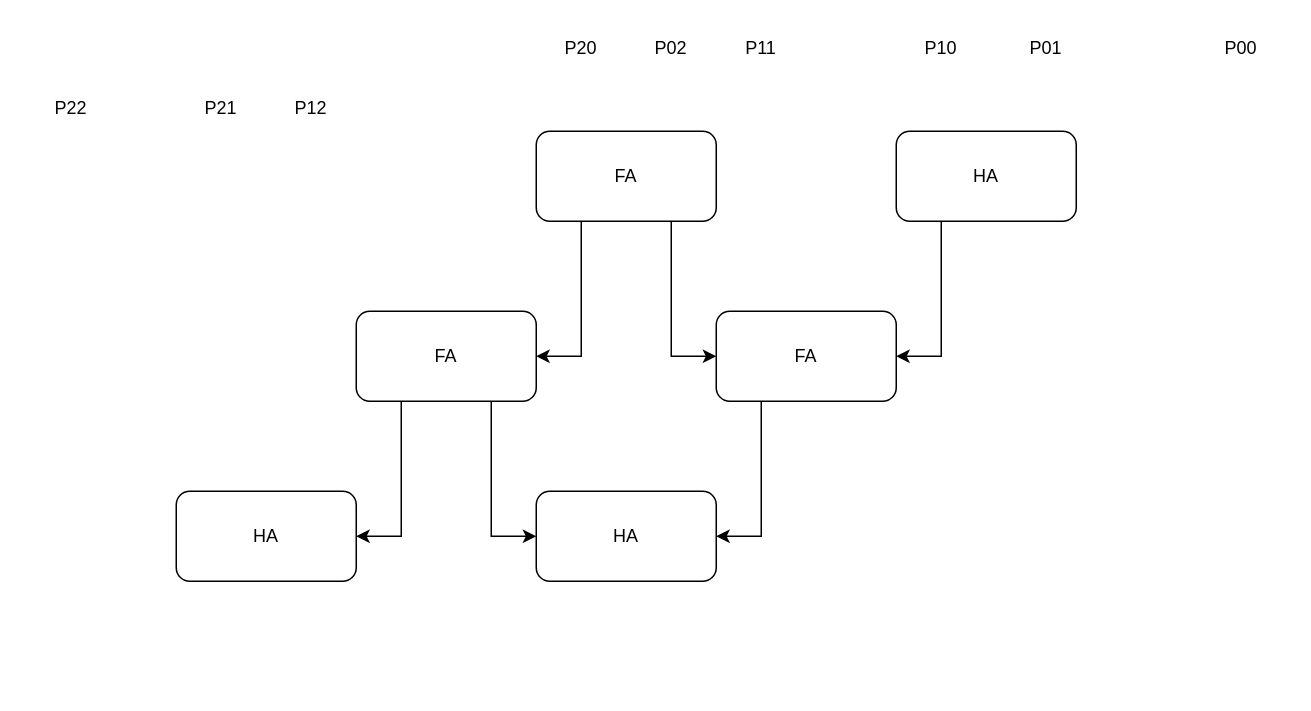
Earlier version of the draw.io diagram Wallace.drawio (Huy-Luu/TEST). Source tidied: cells renumbered, new cells numbered last; positions are measured from the earlier drawing's top-left corner, leaving out a move shared by most shapes. Both pictures are drawn from the tidied source at 150%, with x=0, y=0 at pixel (26, 26).
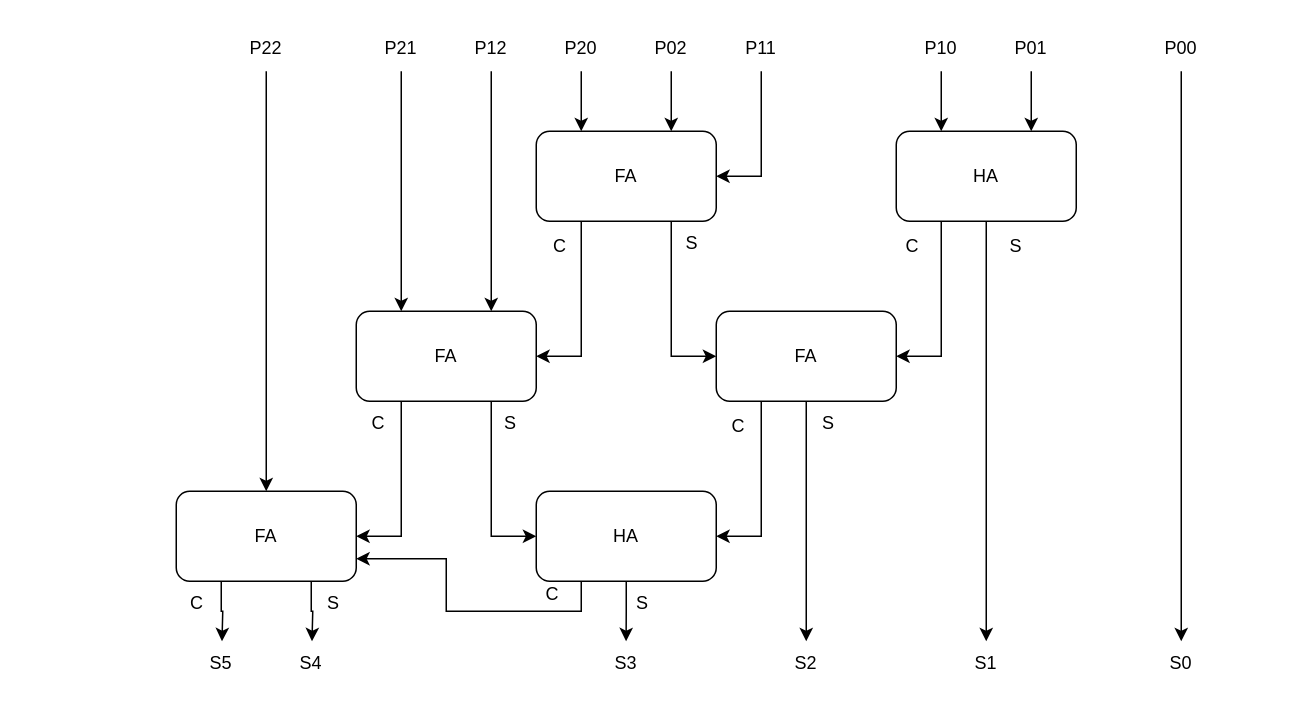
The same page after the edit.

The change refers to these unchanged cells:
```xml
<mxCell id="3" value="HA" style="rounded=1;whiteSpace=wrap;html=1;" parent="1" vertex="1">
  <mxGeometry x="580" y="70" width="120" height="60" as="geometry" />
</mxCell>
<mxCell id="5" value="FA" style="rounded=1;whiteSpace=wrap;html=1;" parent="1" vertex="1">
  <mxGeometry x="460" y="190" width="120" height="60" as="geometry" />
</mxCell>
<mxCell id="8" value="FA" style="rounded=1;whiteSpace=wrap;html=1;" parent="1" vertex="1">
  <mxGeometry x="340" y="70" width="120" height="60" as="geometry" />
</mxCell>
<mxCell id="11" value="FA" style="rounded=1;whiteSpace=wrap;html=1;" parent="1" vertex="1">
  <mxGeometry x="220" y="190" width="120" height="60" as="geometry" />
</mxCell>
<mxCell id="12" value="HA" style="rounded=1;whiteSpace=wrap;html=1;" parent="1" vertex="1">
  <mxGeometry x="340" y="310" width="120" height="60" as="geometry" />
</mxCell>
<mxCell id="16" value="P10&lt;br&gt;" style="text;html=1;strokeColor=none;fillColor=none;align=center;verticalAlign=middle;whiteSpace=wrap;rounded=0;" parent="1" vertex="1">
  <mxGeometry x="580" width="60" height="30" as="geometry" />
</mxCell>
<mxCell id="17" value="P20&lt;br&gt;" style="text;html=1;strokeColor=none;fillColor=none;align=center;verticalAlign=middle;whiteSpace=wrap;rounded=0;" parent="1" vertex="1">
  <mxGeometry x="340" width="60" height="30" as="geometry" />
</mxCell>
<mxCell id="18" value="P02" style="text;html=1;strokeColor=none;fillColor=none;align=center;verticalAlign=middle;whiteSpace=wrap;rounded=0;" parent="1" vertex="1">
  <mxGeometry x="400" width="60" height="30" as="geometry" />
</mxCell>
<mxCell id="19" value="P11" style="text;html=1;strokeColor=none;fillColor=none;align=center;verticalAlign=middle;whiteSpace=wrap;rounded=0;" parent="1" vertex="1">
  <mxGeometry x="460" width="60" height="30" as="geometry" />
</mxCell>
```

The edit, as a diff of the source:
```diff
@@
+    <mxCell id="23" style="edgeStyle=orthogonalEdgeStyle;rounded=0;jettySize=auto;html=1;exitX=0.5;exitY=1;exitDx=0;exitDy=0;" parent="1" edge="1" source="3">
+      <mxGeometry relative="1" as="geometry">
+        <mxPoint x="640" y="410" as="targetPoint" />
+      </mxGeometry>
+    </mxCell>
@@
+    <mxCell id="24" style="edgeStyle=orthogonalEdgeStyle;rounded=0;jettySize=auto;html=1;exitX=0.5;exitY=1;exitDx=0;exitDy=0;" parent="1" edge="1" source="5">
+      <mxGeometry relative="1" as="geometry">
+        <mxPoint x="520" y="410" as="targetPoint" />
+      </mxGeometry>
+    </mxCell>
@@
+    <mxCell id="25" style="edgeStyle=orthogonalEdgeStyle;rounded=0;jettySize=auto;html=1;exitX=0.25;exitY=1;exitDx=0;exitDy=0;entryX=1;entryY=0.75;entryDx=0;entryDy=0;" parent="1" edge="1" source="12" target="13">
+      <mxGeometry relative="1" as="geometry" />
+    </mxCell>
+    <mxCell id="26" style="edgeStyle=orthogonalEdgeStyle;rounded=0;jettySize=auto;html=1;exitX=0.5;exitY=1;exitDx=0;exitDy=0;" parent="1" edge="1" source="12">
+      <mxGeometry relative="1" as="geometry">
+        <mxPoint x="399.9" y="410" as="targetPoint" />
+      </mxGeometry>
+    </mxCell>
@@
+    <mxCell id="27" style="edgeStyle=orthogonalEdgeStyle;rounded=0;jettySize=auto;html=1;exitX=0.75;exitY=1;exitDx=0;exitDy=0;" parent="1" edge="1" source="13">
+      <mxGeometry relative="1" as="geometry">
+        <mxPoint x="190.5" y="410" as="targetPoint" />
+      </mxGeometry>
+    </mxCell>
+    <mxCell id="28" style="edgeStyle=orthogonalEdgeStyle;rounded=0;jettySize=auto;html=1;exitX=0.25;exitY=1;exitDx=0;exitDy=0;" parent="1" edge="1" source="13">
+      <mxGeometry relative="1" as="geometry">
+        <mxPoint x="130.5" y="410" as="targetPoint" />
+      </mxGeometry>
+    </mxCell>
-    <mxCell id="13" value="HA" style="rounded=1;whiteSpace=wrap;html=1;" parent="1" vertex="1">
+    <mxCell id="13" value="FA" style="rounded=1;whiteSpace=wrap;html=1;" parent="1" vertex="1">
       <mxGeometry x="100" y="310" width="120" height="60" as="geometry" />
     </mxCell>
+    <mxCell id="29" style="edgeStyle=orthogonalEdgeStyle;rounded=0;jettySize=auto;html=1;exitX=0.5;exitY=1;exitDx=0;exitDy=0;" parent="1" edge="1" source="14">
+      <mxGeometry relative="1" as="geometry">
+        <mxPoint x="770" y="410" as="targetPoint" />
+      </mxGeometry>
+    </mxCell>
     <mxCell id="14" value="P00" style="text;html=1;strokeColor=none;fillColor=none;align=center;verticalAlign=middle;whiteSpace=wrap;rounded=0;" parent="1" vertex="1">
-      <mxGeometry x="780" width="60" height="30" as="geometry" />
+      <mxGeometry x="740" width="60" height="30" as="geometry" />
     </mxCell>
+    <mxCell id="30" style="edgeStyle=orthogonalEdgeStyle;rounded=0;jettySize=auto;html=1;exitX=0.5;exitY=1;exitDx=0;exitDy=0;entryX=0.75;entryY=0;entryDx=0;entryDy=0;" parent="1" edge="1" source="15" target="3">
+      <mxGeometry relative="1" as="geometry" />
+    </mxCell>
     <mxCell id="15" value="P01&lt;br&gt;" style="text;html=1;strokeColor=none;fillColor=none;align=center;verticalAlign=middle;whiteSpace=wrap;rounded=0;" parent="1" vertex="1">
-      <mxGeometry x="650" width="60" height="30" as="geometry" />
+      <mxGeometry x="640" width="60" height="30" as="geometry" />
     </mxCell>
+    <mxCell id="31" style="edgeStyle=orthogonalEdgeStyle;rounded=0;jettySize=auto;html=1;exitX=0.5;exitY=1;exitDx=0;exitDy=0;entryX=0.25;entryY=0;entryDx=0;entryDy=0;" parent="1" edge="1" source="16" target="3">
+      <mxGeometry relative="1" as="geometry" />
+    </mxCell>
@@
+    <mxCell id="32" style="edgeStyle=orthogonalEdgeStyle;rounded=0;jettySize=auto;html=1;exitX=0.5;exitY=1;exitDx=0;exitDy=0;entryX=0.25;entryY=0;entryDx=0;entryDy=0;" parent="1" edge="1" source="17" target="8">
+      <mxGeometry relative="1" as="geometry" />
+    </mxCell>
@@
+    <mxCell id="33" style="edgeStyle=orthogonalEdgeStyle;rounded=0;jettySize=auto;html=1;exitX=0.5;exitY=1;exitDx=0;exitDy=0;entryX=0.75;entryY=0;entryDx=0;entryDy=0;" parent="1" edge="1" source="18" target="8">
+      <mxGeometry relative="1" as="geometry" />
+    </mxCell>
@@
+    <mxCell id="34" style="edgeStyle=orthogonalEdgeStyle;rounded=0;jettySize=auto;html=1;exitX=0.5;exitY=1;exitDx=0;exitDy=0;entryX=1;entryY=0.5;entryDx=0;entryDy=0;" parent="1" edge="1" source="19" target="8">
+      <mxGeometry relative="1" as="geometry" />
+    </mxCell>
@@
+    <mxCell id="35" style="edgeStyle=orthogonalEdgeStyle;rounded=0;jettySize=auto;html=1;exitX=0.5;exitY=1;exitDx=0;exitDy=0;entryX=0.75;entryY=0;entryDx=0;entryDy=0;" parent="1" edge="1" source="20" target="11">
+      <mxGeometry relative="1" as="geometry" />
+    </mxCell>
     <mxCell id="20" value="P12" style="text;html=1;strokeColor=none;fillColor=none;align=center;verticalAlign=middle;whiteSpace=wrap;rounded=0;" parent="1" vertex="1">
-      <mxGeometry x="160" y="40" width="60" height="30" as="geometry" />
+      <mxGeometry x="280" width="60" height="30" as="geometry" />
     </mxCell>
+    <mxCell id="36" style="edgeStyle=orthogonalEdgeStyle;rounded=0;jettySize=auto;html=1;exitX=0.5;exitY=1;exitDx=0;exitDy=0;entryX=0.25;entryY=0;entryDx=0;entryDy=0;" parent="1" edge="1" source="21" target="11">
+      <mxGeometry relative="1" as="geometry" />
+    </mxCell>
     <mxCell id="21" value="P21" style="text;html=1;strokeColor=none;fillColor=none;align=center;verticalAlign=middle;whiteSpace=wrap;rounded=0;" parent="1" vertex="1">
-      <mxGeometry x="100" y="40" width="60" height="30" as="geometry" />
+      <mxGeometry x="220" width="60" height="30" as="geometry" />
     </mxCell>
+    <mxCell id="37" style="edgeStyle=orthogonalEdgeStyle;rounded=0;jettySize=auto;html=1;exitX=0.5;exitY=1;exitDx=0;exitDy=0;entryX=0.5;entryY=0;entryDx=0;entryDy=0;" parent="1" edge="1" source="22" target="13">
+      <mxGeometry relative="1" as="geometry" />
+    </mxCell>
     <mxCell id="22" value="P22" style="text;html=1;strokeColor=none;fillColor=none;align=center;verticalAlign=middle;whiteSpace=wrap;rounded=0;" parent="1" vertex="1">
-      <mxGeometry y="40" width="60" height="30" as="geometry" />
+      <mxGeometry x="130" width="60" height="30" as="geometry" />
     </mxCell>
+    <mxCell id="38" value="S0" style="text;html=1;strokeColor=none;fillColor=none;align=center;verticalAlign=middle;whiteSpace=wrap;rounded=0;" parent="1" vertex="1">
+      <mxGeometry x="740" y="410" width="60" height="30" as="geometry" />
+    </mxCell>
+    <mxCell id="39" value="S1" style="text;html=1;strokeColor=none;fillColor=none;align=center;verticalAlign=middle;whiteSpace=wrap;rounded=0;" parent="1" vertex="1">
+      <mxGeometry x="610" y="410" width="60" height="30" as="geometry" />
+    </mxCell>
+    <mxCell id="40" value="S2" style="text;html=1;strokeColor=none;fillColor=none;align=center;verticalAlign=middle;whiteSpace=wrap;rounded=0;" parent="1" vertex="1">
+      <mxGeometry x="490" y="410" width="60" height="30" as="geometry" />
+    </mxCell>
+    <mxCell id="41" value="S3" style="text;html=1;strokeColor=none;fillColor=none;align=center;verticalAlign=middle;whiteSpace=wrap;rounded=0;" parent="1" vertex="1">
+      <mxGeometry x="370" y="410" width="60" height="30" as="geometry" />
+    </mxCell>
+    <mxCell id="42" value="S4" style="text;html=1;strokeColor=none;fillColor=none;align=center;verticalAlign=middle;whiteSpace=wrap;rounded=0;" parent="1" vertex="1">
+      <mxGeometry x="160" y="410" width="60" height="30" as="geometry" />
+    </mxCell>
+    <mxCell id="43" value="S5" style="text;html=1;strokeColor=none;fillColor=none;align=center;verticalAlign=middle;whiteSpace=wrap;rounded=0;" parent="1" vertex="1">
+      <mxGeometry x="100" y="410" width="60" height="30" as="geometry" />
+    </mxCell>
+    <mxCell id="44" value="S" style="text;html=1;strokeColor=none;fillColor=none;align=center;verticalAlign=middle;whiteSpace=wrap;rounded=0;" parent="1" vertex="1">
+      <mxGeometry x="630" y="132" width="60" height="30" as="geometry" />
+    </mxCell>
+    <mxCell id="45" value="C" style="text;html=1;strokeColor=none;fillColor=none;align=center;verticalAlign=middle;whiteSpace=wrap;rounded=0;" parent="1" vertex="1">
+      <mxGeometry x="561" y="132" width="60" height="30" as="geometry" />
+    </mxCell>
+    <mxCell id="46" value="S" style="text;html=1;strokeColor=none;fillColor=none;align=center;verticalAlign=middle;whiteSpace=wrap;rounded=0;" parent="1" vertex="1">
+      <mxGeometry x="505" y="250" width="60" height="30" as="geometry" />
+    </mxCell>
+    <mxCell id="47" value="S" style="text;html=1;strokeColor=none;fillColor=none;align=center;verticalAlign=middle;whiteSpace=wrap;rounded=0;" parent="1" vertex="1">
+      <mxGeometry x="293" y="250" width="60" height="30" as="geometry" />
+    </mxCell>
+    <mxCell id="48" value="S" style="text;html=1;strokeColor=none;fillColor=none;align=center;verticalAlign=middle;whiteSpace=wrap;rounded=0;" parent="1" vertex="1">
+      <mxGeometry x="175" y="370" width="60" height="30" as="geometry" />
+    </mxCell>
+    <mxCell id="49" value="S" style="text;html=1;strokeColor=none;fillColor=none;align=center;verticalAlign=middle;whiteSpace=wrap;rounded=0;" parent="1" vertex="1">
+      <mxGeometry x="414" y="130" width="60" height="30" as="geometry" />
+    </mxCell>
+    <mxCell id="50" value="C" style="text;html=1;strokeColor=none;fillColor=none;align=center;verticalAlign=middle;whiteSpace=wrap;rounded=0;" parent="1" vertex="1">
+      <mxGeometry x="445" y="252" width="60" height="30" as="geometry" />
+    </mxCell>
+    <mxCell id="51" value="C" style="text;html=1;strokeColor=none;fillColor=none;align=center;verticalAlign=middle;whiteSpace=wrap;rounded=0;" parent="1" vertex="1">
+      <mxGeometry x="326" y="132" width="60" height="30" as="geometry" />
+    </mxCell>
+    <mxCell id="52" value="C" style="text;html=1;strokeColor=none;fillColor=none;align=center;verticalAlign=middle;whiteSpace=wrap;rounded=0;" parent="1" vertex="1">
+      <mxGeometry x="205" y="250" width="60" height="30" as="geometry" />
+    </mxCell>
+    <mxCell id="53" value="C" style="text;html=1;strokeColor=none;fillColor=none;align=center;verticalAlign=middle;whiteSpace=wrap;rounded=0;" parent="1" vertex="1">
+      <mxGeometry x="84" y="370" width="60" height="30" as="geometry" />
+    </mxCell>
+    <mxCell id="54" value="C" style="text;html=1;strokeColor=none;fillColor=none;align=center;verticalAlign=middle;whiteSpace=wrap;rounded=0;" parent="1" vertex="1">
+      <mxGeometry x="321" y="364" width="60" height="30" as="geometry" />
+    </mxCell>
+    <mxCell id="55" value="S" style="text;html=1;strokeColor=none;fillColor=none;align=center;verticalAlign=middle;whiteSpace=wrap;rounded=0;" parent="1" vertex="1">
+      <mxGeometry x="381" y="370" width="60" height="30" as="geometry" />
+    </mxCell>
```
